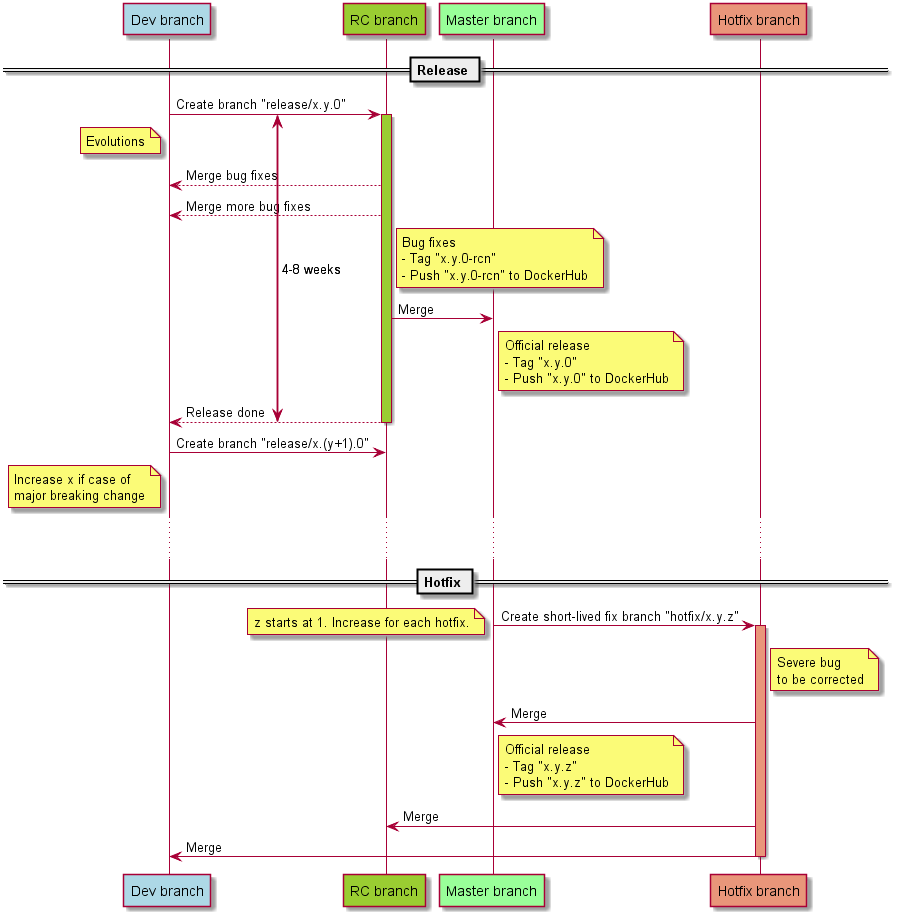
DefectDojo/django-DefectDojo keeps this PlantUML diagram as doc/branching_model.png. Above is the earlier version.
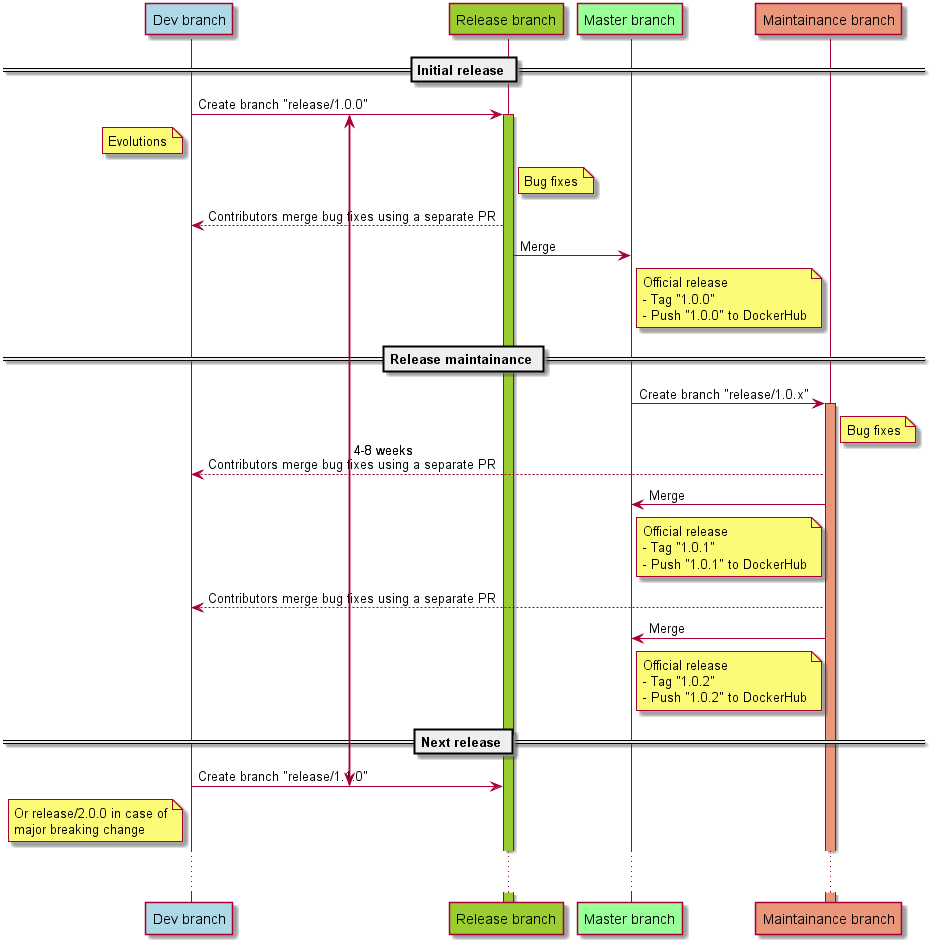
Later version of the same file.

Commit message:
change flow to allow for a faster release

Diff of the diagram source:
```diff
@@ -1,13 +1,13 @@
 @startuml
 !pragma teoz true
 
-== Release ==
+== Initial release ==
 participant "Dev branch" as devbranch order 10 #LightBlue
-participant "RC branch" as rcbranch order 20 #YellowGreen
+participant "Release branch" as rlsbranch order 20 #YellowGreen
 participant "Master branch" as master order 30 #99FF99
-participant "Hotfix branch" as hotbranch order 40 #DarkSalmon
+participant "Maintainance branch" as maintainbranch order 40 #DarkSalmon
 
-{startrc} devbranch -> rcbranch ++ #YellowGreen: Create branch "release/x.y.0"
+{startrc} devbranch -> rlsbranch ++ #YellowGreen: Create branch "release/1.0.0"
 
 
 note left of devbranch
@@ -15,29 +15,51 @@
 end note
 
 
-rcbranch --> devbranch: Merge bug fixes
-rcbranch --> devbranch: Merge more bug fixes
+note right of rlsbranch
+  Bug fixes
+end note
+
+rlsbranch --> devbranch: Contributors merge bug fixes using a separate PR
 
 
-note right of rcbranch
-  Bug fixes
-  - Tag "x.y.0-rcn"
-  - Push "x.y.0-rcn" to DockerHub
+
+rlsbranch -> master: Merge
+note right of master
+    Official release
+    - Tag "1.0.0"
+    - Push "1.0.0" to DockerHub
 end note
 
+== Release maintainance ==
+master -> maintainbranch ++ #DarkSalmon: Create branch "release/1.0.x"
 
-rcbranch -> master: Merge
+note right of maintainbranch
+  Bug fixes
+end note
+
+maintainbranch --> devbranch: Contributors merge bug fixes using a separate PR
+
+
+maintainbranch -> master: Merge
 note right of master
     Official release
-    - Tag "x.y.0"
-    - Push "x.y.0" to DockerHub
+    - Tag "1.0.1"
+    - Push "1.0.1" to DockerHub
 end note
 
-{endrc} rcbranch --> devbranch --: Release done
+maintainbranch --> devbranch: Contributors merge bug fixes using a separate PR
 
-devbranch -> rcbranch: Create branch "release/x.(y+1).0"
+maintainbranch -> master: Merge
+note right of master
+    Official release
+    - Tag "1.0.2"
+    - Push "1.0.2" to DockerHub
+end note
+
+== Next release ==
+{endrc} devbranch -> rlsbranch: Create branch "release/1.1.0"
 note left of devbranch
-  Increase x if case of
+  Or release/2.0.0 in case of
   major breaking change
 end note
 
@@ -45,24 +67,5 @@
 ... ...
 {startrc} <-> {endrc}: 4-8 weeks
 
-== Hotfix ==
-
-master -> hotbranch ++ #DarkSalmon: Create short-lived fix branch "hotfix/x.y.z"
-note left
-z starts at 1. Increase for each hotfix.
-end note
-
-note right of hotbranch
-    Severe bug
-    to be corrected
-end note
-hotbranch -> master: Merge
-note right of master
-    Official release
-    - Tag "x.y.z"
-    - Push "x.y.z" to DockerHub
-end note
-hotbranch -> rcbranch: Merge
-hotbranch -> devbranch --: Merge
 
 @enduml
```
